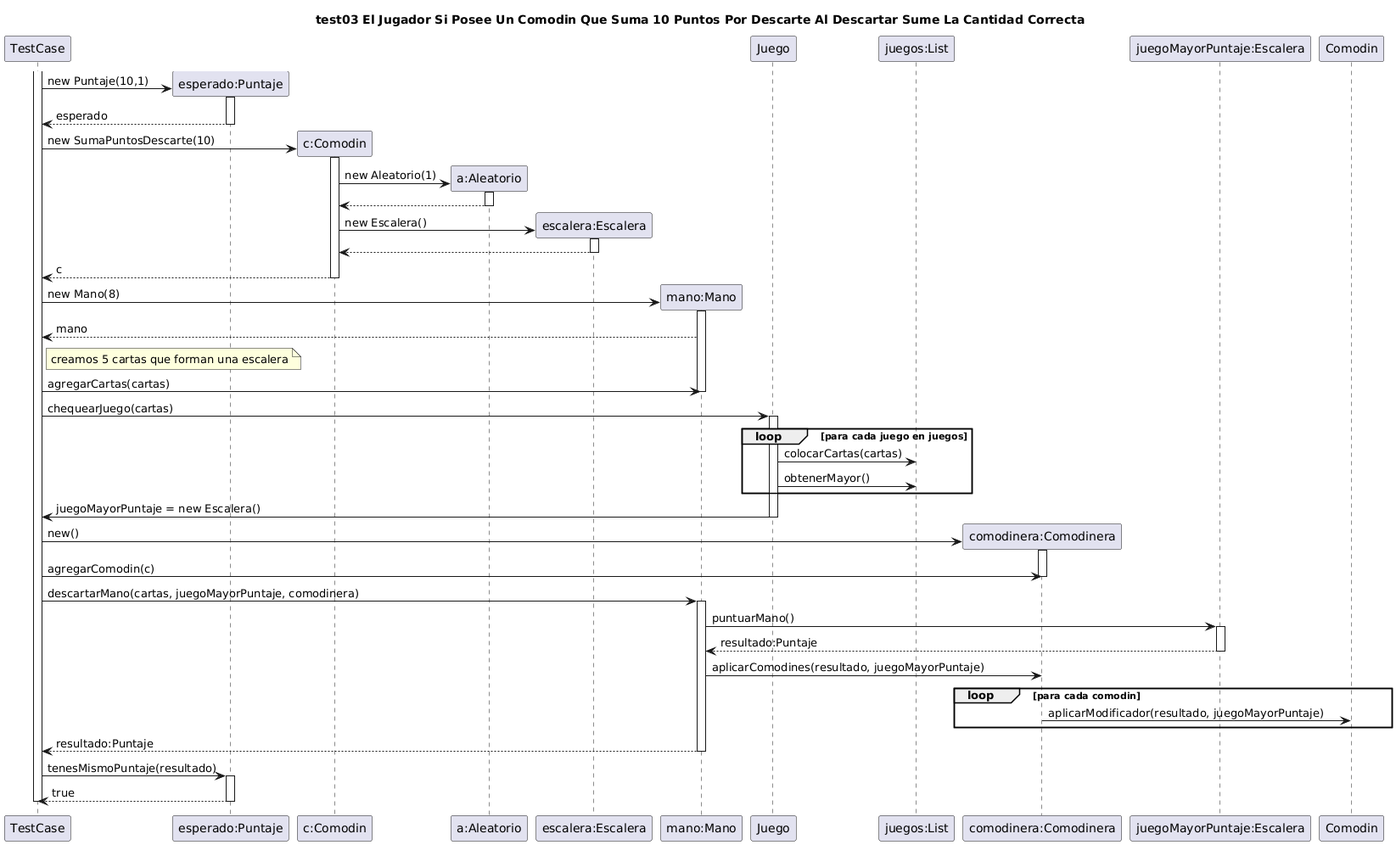
This is diagrams/sequences/casoDeUso3.png from facukresta/g06-tp2-2c-2024, a PlantUML export, as it was before one commit. Its source is kept beside it as diagrams/sequences/casoDeUso3.puml.
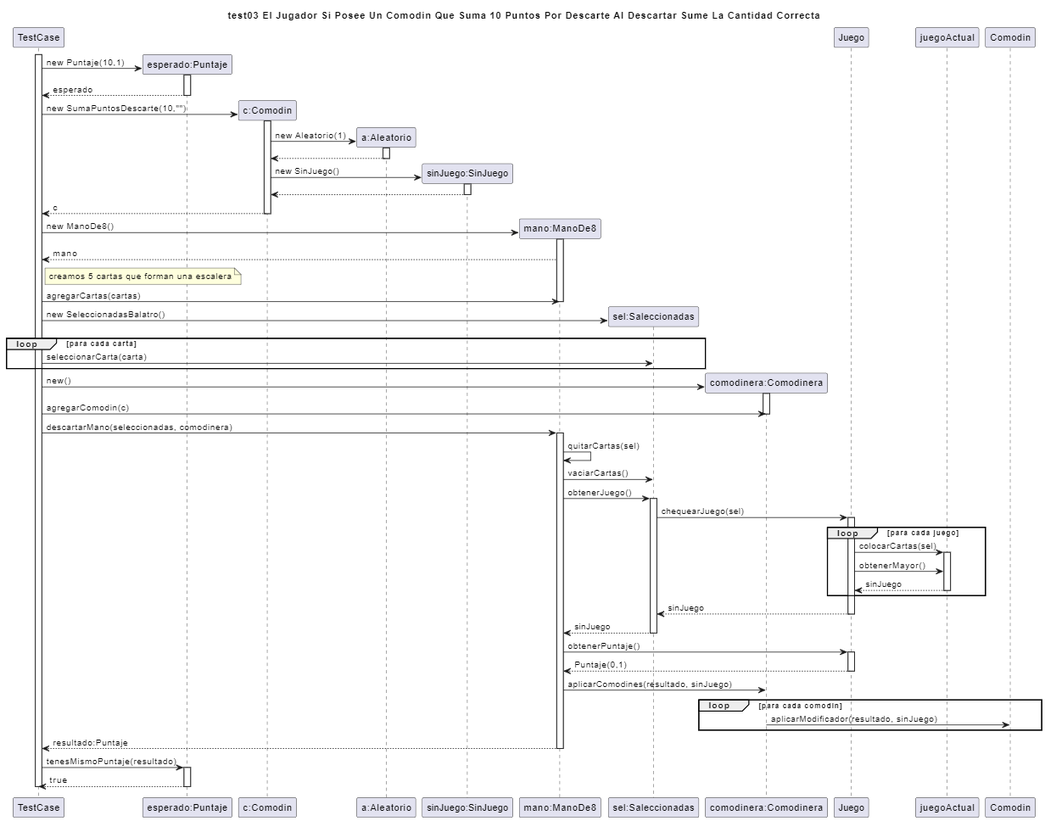
Above is the later version.

The edit, as a diff of the source:
```diff
@@ -10,37 +10,31 @@
 TestCase <-- esperado : esperado
 deactivate esperado
 
-TestCase -> "c:Comodin" as comodin **: new SumaPuntosDescarte(10)
+TestCase -> "c:Comodin" as comodin **: new SumaPuntosDescarte(10,"")
 
 activate comodin
 comodin -> "a:Aleatorio" as aleatorio **: new Aleatorio(1)
 activate aleatorio
 comodin <-- aleatorio
 deactivate aleatorio
-comodin -> "escalera:Escalera" as escalera ** : new Escalera()
-activate escalera
-comodin <-- escalera
-deactivate escalera
+comodin -> "sinJuego:SinJuego" as sinJuego ** : new SinJuego()
+activate sinJuego
+comodin <-- sinJuego
+deactivate sinJuego
 TestCase <-- comodin : c
 deactivate comodin
 
-TestCase -> "mano:Mano" as mano **: new Mano(8)
+TestCase -> "mano:ManoDe8" as mano **: new ManoDe8()
 activate mano
 TestCase <-- mano : mano
 note right of TestCase: creamos 5 cartas que forman una escalera
 TestCase -> mano : agregarCartas(cartas)
 deactivate mano
 
-TestCase -> "Juego" as juego : chequearJuego(cartas)
-activate juego
-
-loop para cada juego en juegos
-juego -> "juegos:List" as juegos : colocarCartas(cartas)
-juego -> juegos: obtenerMayor()
+TestCase -> "sel:Saleccionadas" as sel ** : new SeleccionadasBalatro()
+loop para cada carta
+TestCase -> sel : seleccionarCarta(carta)
 end
-
-TestCase <- juego : juegoMayorPuntaje = new Escalera()
-deactivate juego
 
 TestCase -> "comodinera:Comodinera" as comodinera **: new()
 activate comodinera
@@ -48,16 +42,37 @@
 deactivate comodinera
 
 
-TestCase -> mano : descartarMano(cartas, juegoMayorPuntaje, comodinera)
+TestCase -> mano : descartarMano(seleccionadas, comodinera)
 activate mano
-mano -> "juegoMayorPuntaje:Escalera" as mejor : puntuarMano()
-activate mejor
-mano <-- mejor : resultado:Puntaje
-deactivate mejor
+mano -> mano : quitarCartas(sel)
+mano -> sel: vaciarCartas()
+mano -> sel : obtenerJuego()
+activate sel
+sel -> "Juego" : chequearJuego(sel)
+activate Juego
 
-mano -> comodinera : aplicarComodines(resultado, juegoMayorPuntaje)
+loop para cada juego
+Juego -> juegoActual : colocarCartas(sel)
+activate juegoActual
+Juego -> juegoActual : obtenerMayor()
+Juego <-- juegoActual : sinJuego
+deactivate juegoActual
+end
+
+sel <-- Juego : sinJuego
+deactivate Juego
+
+mano <-- sel : sinJuego
+deactivate sel
+
+mano -> Juego : obtenerPuntaje()
+activate Juego
+mano <-- Juego : Puntaje(0,1)
+deactivate Juego
+
+mano -> comodinera : aplicarComodines(resultado, sinJuego)
 loop para cada comodin
-comodinera -> "Comodin" : aplicarModificador(resultado, juegoMayorPuntaje)
+comodinera -> "Comodin" : aplicarModificador(resultado, sinJuego)
 end
 TestCase <-- mano : resultado:Puntaje
 deactivate mano
```
